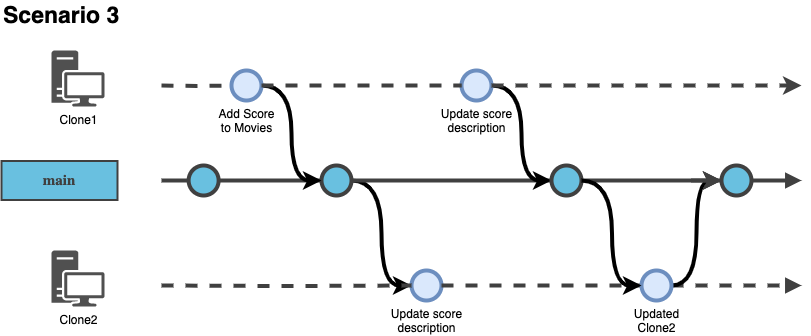
Before: illustrations/Illustration-Scenario-3.png, a diagram exported from draw.io (rvanbruggen/HackoladeGitTestRepo). Source tidied: cells renumbered, new cells last; positions are measured from the earlier drawing's top-left corner, leaving out a move shared by most shapes. Its diagram source:
```xml
<mxGraphModel>
  <root>
    <mxCell id="0" />
    <mxCell id="1" parent="0" />
    <mxCell id="2" style="verticalLabelPosition=bottom;verticalAlign=top;html=1;strokeWidth=4;shape=mxgraph.flowchart.on-page_reference;plain-blue;gradientColor=none;fillColor=#69C0E0;strokeColor=#404040;" parent="1" vertex="1">
      <mxGeometry x="187.1" y="165" width="30" height="30" as="geometry" />
    </mxCell>
    <mxCell id="3" value="main" style="text;html=1;align=center;verticalAlign=middle;whiteSpace=wrap;rounded=0;strokeWidth=2;fontSize=15;fontFamily=Roboto;fontStyle=1;strokeColor=#404040;fontColor=#404040;fillColor=#69C0E0;" parent="1" vertex="1">
      <mxGeometry y="160.5" width="116" height="39" as="geometry" />
    </mxCell>
    <mxCell id="4" style="edgeStyle=orthogonalEdgeStyle;rounded=0;html=1;jettySize=auto;orthogonalLoop=1;strokeWidth=4;endArrow=none;endFill=0;strokeColor=#404040;" parent="1" edge="1">
      <mxGeometry x="162.5" y="181" as="geometry">
        <mxPoint x="160" y="180" as="sourcePoint" />
        <mxPoint x="187.1" y="180" as="targetPoint" />
      </mxGeometry>
    </mxCell>
    <mxCell id="5" style="edgeStyle=orthogonalEdgeStyle;rounded=0;jettySize=auto;html=1;entryX=0;entryY=0.5;entryDx=0;entryDy=0;entryPerimeter=0;curved=1;strokeWidth=4;" parent="1" edge="1" source="6" target="13">
      <mxGeometry relative="1" as="geometry" />
    </mxCell>
    <mxCell id="6" style="verticalLabelPosition=bottom;verticalAlign=top;html=1;strokeWidth=4;shape=mxgraph.flowchart.on-page_reference;plain-blue;gradientColor=none;fillColor=#69C0E0;strokeColor=#404040;" parent="1" vertex="1">
      <mxGeometry x="320" y="165" width="30" height="30" as="geometry" />
    </mxCell>
    <mxCell id="7" style="edgeStyle=orthogonalEdgeStyle;rounded=0;html=1;jettySize=auto;plain-blue;endArrow=none;endFill=0;strokeWidth=4;entryX=0;entryY=0.5;entryDx=0;entryDy=0;entryPerimeter=0;strokeColor=#404040;exitX=1;exitY=0.5;exitDx=0;exitDy=0;exitPerimeter=0;" parent="1" edge="1" source="2" target="6">
      <mxGeometry x="360.5" y="181" as="geometry" />
    </mxCell>
    <mxCell id="8" style="edgeStyle=orthogonalEdgeStyle;rounded=0;html=1;jettySize=auto;plain-blue;endArrow=none;endFill=0;strokeWidth=4;entryX=0;entryY=0.5;entryDx=0;entryDy=0;entryPerimeter=0;strokeColor=#404040;exitX=1;exitY=0.5;exitDx=0;exitDy=0;exitPerimeter=0;" parent="1" edge="1" source="6" target="23">
      <mxGeometry x="370.5" y="191" as="geometry" />
    </mxCell>
    <mxCell id="9" style="edgeStyle=orthogonalEdgeStyle;rounded=0;html=1;jettySize=auto;plain-blue;endArrow=block;endFill=1;strokeWidth=4;strokeColor=#404040;exitX=1;exitY=0.5;exitDx=0;exitDy=0;exitPerimeter=0;" parent="1" edge="1" source="30">
      <mxGeometry x="383.5" y="201" as="geometry">
        <mxPoint x="800" y="180" as="targetPoint" />
      </mxGeometry>
    </mxCell>
    <mxCell id="10" value="Scenario 3" style="text;strokeColor=none;align=left;fillColor=none;html=1;verticalAlign=middle;whiteSpace=wrap;rounded=0;fontStyle=1;fontSize=23;" parent="1" vertex="1">
      <mxGeometry width="230" height="30" as="geometry" />
    </mxCell>
    <mxCell id="11" value="Clone1" style="sketch=0;shadow=0;dashed=0;html=1;strokeColor=none;fillColor=#505050;labelPosition=center;verticalLabelPosition=bottom;verticalAlign=top;align=center;shape=mxgraph.office.devices.workstation;" parent="1" vertex="1">
      <mxGeometry x="50" y="50" width="53" height="56" as="geometry" />
    </mxCell>
    <mxCell id="12" value="Clone2" style="sketch=0;shadow=0;dashed=0;html=1;strokeColor=none;fillColor=#505050;labelPosition=center;verticalLabelPosition=bottom;verticalAlign=top;align=center;shape=mxgraph.office.devices.workstation;" parent="1" vertex="1">
      <mxGeometry x="50" y="250" width="53" height="56" as="geometry" />
    </mxCell>
    <mxCell id="13" value="Update score&lt;br&gt;description" style="verticalLabelPosition=bottom;verticalAlign=top;html=1;strokeWidth=4;shape=mxgraph.flowchart.on-page_reference;fillColor=#dae8fc;strokeColor=#6c8ebf;" parent="1" vertex="1">
      <mxGeometry x="410" y="270" width="30" height="30" as="geometry" />
    </mxCell>
    <mxCell id="14" style="edgeStyle=orthogonalEdgeStyle;rounded=0;html=1;jettySize=auto;strokeWidth=4;endArrow=none;endFill=0;strokeColor=#404040;dashed=1;entryX=0;entryY=0.5;entryDx=0;entryDy=0;entryPerimeter=0;" parent="1" edge="1" target="13">
      <mxGeometry x="162.5" y="181" as="geometry">
        <mxPoint x="160" y="285" as="sourcePoint" />
      </mxGeometry>
    </mxCell>
    <mxCell id="15" style="edgeStyle=orthogonalEdgeStyle;rounded=0;html=1;jettySize=auto;plain-blue;endArrow=block;endFill=1;strokeWidth=4;strokeColor=#404040;exitX=1;exitY=0.5;exitDx=0;exitDy=0;exitPerimeter=0;dashed=1;" parent="1" edge="1" source="26">
      <mxGeometry x="383.5" y="201" as="geometry">
        <mxPoint x="800" y="285" as="targetPoint" />
      </mxGeometry>
    </mxCell>
    <mxCell id="16" style="edgeStyle=orthogonalEdgeStyle;rounded=0;jettySize=auto;html=1;entryX=0;entryY=0.5;entryDx=0;entryDy=0;entryPerimeter=0;curved=1;strokeWidth=4;" parent="1" edge="1" source="17" target="6">
      <mxGeometry relative="1" as="geometry" />
    </mxCell>
    <mxCell id="17" value="Add Score &lt;br&gt;to Movies" style="verticalLabelPosition=bottom;verticalAlign=top;html=1;strokeWidth=4;shape=mxgraph.flowchart.on-page_reference;fillColor=#dae8fc;strokeColor=#6c8ebf;" parent="1" vertex="1">
      <mxGeometry x="230" y="70" width="30" height="30" as="geometry" />
    </mxCell>
    <mxCell id="18" style="edgeStyle=orthogonalEdgeStyle;rounded=0;html=1;jettySize=auto;strokeWidth=4;endArrow=none;endFill=0;strokeColor=#404040;dashed=1;entryX=0;entryY=0.5;entryDx=0;entryDy=0;entryPerimeter=0;" parent="1" edge="1" target="17">
      <mxGeometry x="162.5" y="181" as="geometry">
        <mxPoint x="160" y="85" as="sourcePoint" />
      </mxGeometry>
    </mxCell>
    <mxCell id="19" style="edgeStyle=orthogonalEdgeStyle;rounded=0;jettySize=auto;html=1;entryX=0;entryY=0.5;entryDx=0;entryDy=0;entryPerimeter=0;curved=1;strokeWidth=4;" parent="1" edge="1" source="20" target="23">
      <mxGeometry relative="1" as="geometry" />
    </mxCell>
    <mxCell id="20" value="Update score&lt;br&gt;description" style="verticalLabelPosition=bottom;verticalAlign=top;html=1;strokeWidth=4;shape=mxgraph.flowchart.on-page_reference;fillColor=#dae8fc;strokeColor=#6c8ebf;" parent="1" vertex="1">
      <mxGeometry x="460" y="70" width="30" height="30" as="geometry" />
    </mxCell>
    <mxCell id="21" style="edgeStyle=orthogonalEdgeStyle;rounded=0;html=1;jettySize=auto;plain-blue;endArrow=none;endFill=0;strokeWidth=4;entryX=0;entryY=0.5;entryDx=0;entryDy=0;entryPerimeter=0;strokeColor=#404040;exitX=1;exitY=0.5;exitDx=0;exitDy=0;exitPerimeter=0;dashed=1;" parent="1" edge="1" source="17" target="20">
      <mxGeometry x="360.5" y="181" as="geometry" />
    </mxCell>
    <mxCell id="22" style="edgeStyle=orthogonalEdgeStyle;rounded=0;html=1;jettySize=auto;plain-blue;endArrow=none;endFill=0;strokeWidth=4;entryX=0;entryY=0.5;entryDx=0;entryDy=0;entryPerimeter=0;strokeColor=#404040;" parent="1" edge="1" target="23">
      <mxGeometry x="383.5" y="201" as="geometry">
        <mxPoint x="574" y="180" as="sourcePoint" />
      </mxGeometry>
    </mxCell>
    <mxCell id="23" style="verticalLabelPosition=bottom;verticalAlign=top;html=1;strokeWidth=4;shape=mxgraph.flowchart.on-page_reference;plain-blue;gradientColor=none;fillColor=#69C0E0;strokeColor=#404040;" parent="1" vertex="1">
      <mxGeometry x="550" y="165" width="30" height="30" as="geometry" />
    </mxCell>
    <mxCell id="24" style="edgeStyle=orthogonalEdgeStyle;rounded=0;html=1;jettySize=auto;plain-blue;endArrow=none;endFill=0;strokeWidth=4;strokeColor=#404040;exitX=1;exitY=0.5;exitDx=0;exitDy=0;exitPerimeter=0;dashed=1;entryX=0;entryY=0.5;entryDx=0;entryDy=0;entryPerimeter=0;" parent="1" edge="1" source="13" target="26">
      <mxGeometry x="360.5" y="181" as="geometry" />
    </mxCell>
    <mxCell id="25" style="edgeStyle=orthogonalEdgeStyle;rounded=0;jettySize=auto;html=1;entryX=0;entryY=0.5;entryDx=0;entryDy=0;entryPerimeter=0;strokeWidth=4;curved=1;" parent="1" edge="1" source="26" target="30">
      <mxGeometry relative="1" as="geometry" />
    </mxCell>
    <mxCell id="26" value="Updated &lt;br&gt;Clone2" style="verticalLabelPosition=bottom;verticalAlign=top;html=1;strokeWidth=4;shape=mxgraph.flowchart.on-page_reference;fillColor=#dae8fc;strokeColor=#6c8ebf;" parent="1" vertex="1">
      <mxGeometry x="640" y="270" width="30" height="30" as="geometry" />
    </mxCell>
    <mxCell id="27" style="edgeStyle=orthogonalEdgeStyle;rounded=0;html=1;jettySize=auto;plain-blue;endArrow=classic;endFill=1;strokeWidth=4;strokeColor=#404040;exitX=1;exitY=0.5;exitDx=0;exitDy=0;exitPerimeter=0;dashed=1;" parent="1" edge="1" source="20">
      <mxGeometry x="370.5" y="191" as="geometry">
        <mxPoint x="800" y="85" as="targetPoint" />
      </mxGeometry>
    </mxCell>
    <mxCell id="28" style="edgeStyle=orthogonalEdgeStyle;rounded=0;html=1;jettySize=auto;plain-blue;endArrow=classic;endFill=1;strokeWidth=4;entryX=0;entryY=0.5;entryDx=0;entryDy=0;entryPerimeter=0;strokeColor=#404040;exitX=1;exitY=0.5;exitDx=0;exitDy=0;exitPerimeter=0;" parent="1" edge="1" source="23" target="30">
      <mxGeometry x="370.5" y="191" as="geometry" />
    </mxCell>
    <mxCell id="29" style="edgeStyle=orthogonalEdgeStyle;rounded=0;html=1;jettySize=auto;plain-blue;endArrow=none;endFill=0;strokeWidth=4;entryX=0;entryY=0.5;entryDx=0;entryDy=0;entryPerimeter=0;strokeColor=#404040;" parent="1" edge="1" target="30">
      <mxGeometry x="383.5" y="201" as="geometry">
        <mxPoint x="690" y="180" as="sourcePoint" />
      </mxGeometry>
    </mxCell>
    <mxCell id="30" style="verticalLabelPosition=bottom;verticalAlign=top;html=1;strokeWidth=4;shape=mxgraph.flowchart.on-page_reference;plain-blue;gradientColor=none;fillColor=#69C0E0;strokeColor=#404040;" parent="1" vertex="1">
      <mxGeometry x="720" y="165" width="30" height="30" as="geometry" />
    </mxCell>
    <mxCell id="31" style="edgeStyle=orthogonalEdgeStyle;rounded=0;jettySize=auto;html=1;entryX=0;entryY=0.5;entryDx=0;entryDy=0;entryPerimeter=0;curved=1;strokeWidth=4;" parent="1" edge="1" target="26">
      <mxGeometry relative="1" as="geometry">
        <mxPoint x="580" y="180" as="sourcePoint" />
      </mxGeometry>
    </mxCell>
  </root>
</mxGraphModel>
```
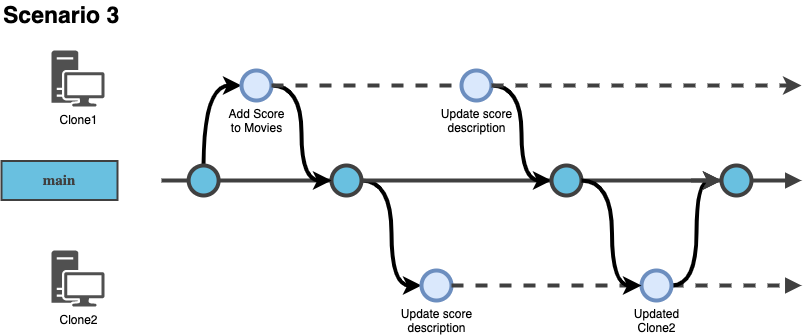
Above is the later version.

Diff of the diagram source:
```diff
@@ -2,6 +2,9 @@
   <root>
     <mxCell id="0" />
     <mxCell id="1" parent="0" />
+    <mxCell id="32" style="edgeStyle=orthogonalEdgeStyle;rounded=0;jettySize=auto;html=1;exitX=0.5;exitY=0;exitDx=0;exitDy=0;exitPerimeter=0;entryX=0;entryY=0.5;entryDx=0;entryDy=0;entryPerimeter=0;curved=1;strokeWidth=4;" parent="1" edge="1" source="2" target="17">
+      <mxGeometry relative="1" as="geometry" />
+    </mxCell>
     <mxCell id="2" style="verticalLabelPosition=bottom;verticalAlign=top;html=1;strokeWidth=4;shape=mxgraph.flowchart.on-page_reference;plain-blue;gradientColor=none;fillColor=#69C0E0;strokeColor=#404040;" parent="1" vertex="1">
       <mxGeometry x="187.1" y="165" width="30" height="30" as="geometry" />
     </mxCell>
@@ -18,7 +21,7 @@
       <mxGeometry relative="1" as="geometry" />
     </mxCell>
     <mxCell id="6" style="verticalLabelPosition=bottom;verticalAlign=top;html=1;strokeWidth=4;shape=mxgraph.flowchart.on-page_reference;plain-blue;gradientColor=none;fillColor=#69C0E0;strokeColor=#404040;" parent="1" vertex="1">
-      <mxGeometry x="320" y="165" width="30" height="30" as="geometry" />
+      <mxGeometry x="330" y="165" width="30" height="30" as="geometry" />
     </mxCell>
     <mxCell id="7" style="edgeStyle=orthogonalEdgeStyle;rounded=0;html=1;jettySize=auto;plain-blue;endArrow=none;endFill=0;strokeWidth=4;entryX=0;entryY=0.5;entryDx=0;entryDy=0;entryPerimeter=0;strokeColor=#404040;exitX=1;exitY=0.5;exitDx=0;exitDy=0;exitPerimeter=0;" parent="1" edge="1" source="2" target="6">
       <mxGeometry x="360.5" y="181" as="geometry" />
@@ -41,13 +44,8 @@
       <mxGeometry x="50" y="250" width="53" height="56" as="geometry" />
     </mxCell>
     <mxCell id="13" value="Update score&lt;br&gt;description" style="verticalLabelPosition=bottom;verticalAlign=top;html=1;strokeWidth=4;shape=mxgraph.flowchart.on-page_reference;fillColor=#dae8fc;strokeColor=#6c8ebf;" parent="1" vertex="1">
-      <mxGeometry x="410" y="270" width="30" height="30" as="geometry" />
+      <mxGeometry x="420" y="270" width="30" height="30" as="geometry" />
     </mxCell>
-    <mxCell id="14" style="edgeStyle=orthogonalEdgeStyle;rounded=0;html=1;jettySize=auto;strokeWidth=4;endArrow=none;endFill=0;strokeColor=#404040;dashed=1;entryX=0;entryY=0.5;entryDx=0;entryDy=0;entryPerimeter=0;" parent="1" edge="1" target="13">
-      <mxGeometry x="162.5" y="181" as="geometry">
-        <mxPoint x="160" y="285" as="sourcePoint" />
-      </mxGeometry>
-    </mxCell>
     <mxCell id="15" style="edgeStyle=orthogonalEdgeStyle;rounded=0;html=1;jettySize=auto;plain-blue;endArrow=block;endFill=1;strokeWidth=4;strokeColor=#404040;exitX=1;exitY=0.5;exitDx=0;exitDy=0;exitPerimeter=0;dashed=1;" parent="1" edge="1" source="26">
       <mxGeometry x="383.5" y="201" as="geometry">
         <mxPoint x="800" y="285" as="targetPoint" />
@@ -57,13 +55,8 @@
       <mxGeometry relative="1" as="geometry" />
     </mxCell>
     <mxCell id="17" value="Add Score &lt;br&gt;to Movies" style="verticalLabelPosition=bottom;verticalAlign=top;html=1;strokeWidth=4;shape=mxgraph.flowchart.on-page_reference;fillColor=#dae8fc;strokeColor=#6c8ebf;" parent="1" vertex="1">
-      <mxGeometry x="230" y="70" width="30" height="30" as="geometry" />
+      <mxGeometry x="240" y="70" width="30" height="30" as="geometry" />
     </mxCell>
-    <mxCell id="18" style="edgeStyle=orthogonalEdgeStyle;rounded=0;html=1;jettySize=auto;strokeWidth=4;endArrow=none;endFill=0;strokeColor=#404040;dashed=1;entryX=0;entryY=0.5;entryDx=0;entryDy=0;entryPerimeter=0;" parent="1" edge="1" target="17">
-      <mxGeometry x="162.5" y="181" as="geometry">
-        <mxPoint x="160" y="85" as="sourcePoint" />
-      </mxGeometry>
-    </mxCell>
     <mxCell id="19" style="edgeStyle=orthogonalEdgeStyle;rounded=0;jettySize=auto;html=1;entryX=0;entryY=0.5;entryDx=0;entryDy=0;entryPerimeter=0;curved=1;strokeWidth=4;" parent="1" edge="1" source="20" target="23">
       <mxGeometry relative="1" as="geometry" />
     </mxCell>
```
